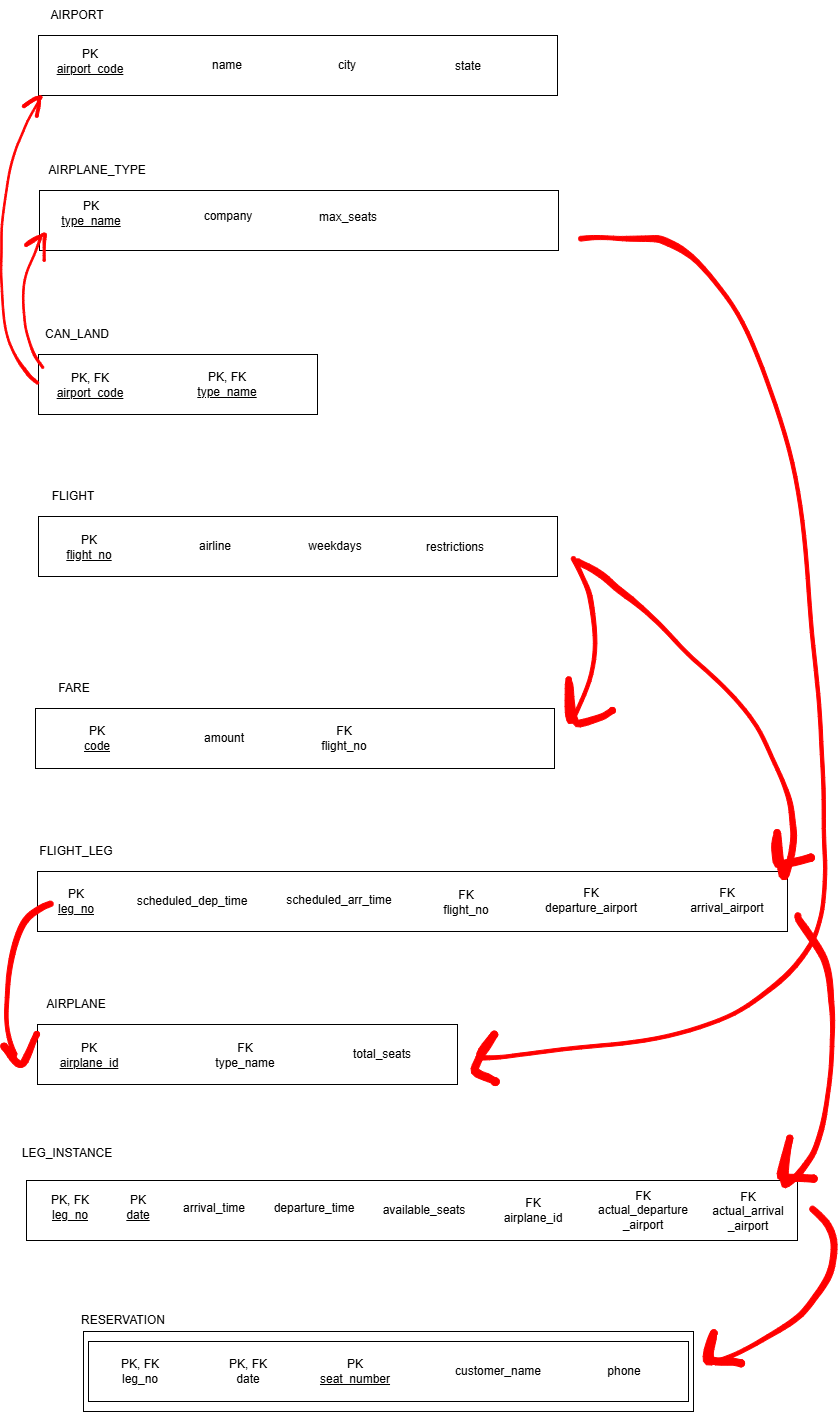
Before: DatabaseTasks/Airline Information System DB Mappping.drawio.png, a diagram exported from draw.io (zuwaina-alrashdi/SparkToCodeProjects). Source tidied: cells renumbered, new cells last; positions are measured from the earlier drawing's top-left corner, leaving out a move shared by most shapes.
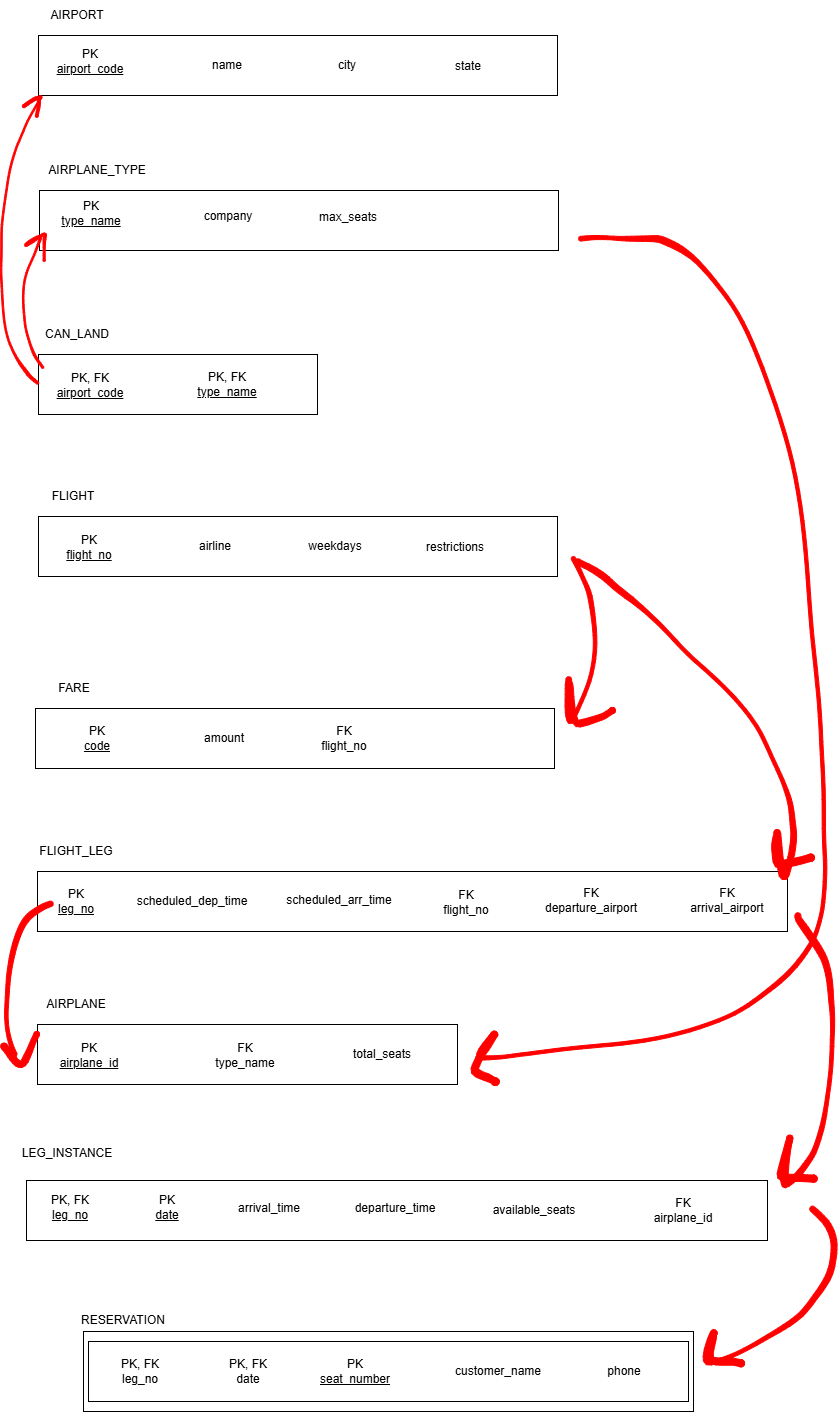
The same diagram one commit later.

Change to the diagram source:
```diff
@@ -135,19 +135,19 @@
       <mxGeometry x="93" y="1305" width="60" height="30" as="geometry" />
     </mxCell>
     <mxCell id="46" style="rounded=0;whiteSpace=wrap;html=1;" parent="1" vertex="1">
-      <mxGeometry x="26" y="1180" width="771" height="60" as="geometry" />
+      <mxGeometry x="26" y="1180" width="741" height="60" as="geometry" />
     </mxCell>
     <mxCell id="47" value="&lt;div&gt;PK, FK&lt;/div&gt;&lt;u&gt;leg_no&lt;/u&gt;" style="text;html=1;whiteSpace=wrap;strokeColor=none;fillColor=none;align=center;verticalAlign=middle;rounded=0;" parent="1" vertex="1">
       <mxGeometry x="39.5" y="1192" width="60" height="30" as="geometry" />
     </mxCell>
     <mxCell id="48" value="&lt;div&gt;PK&lt;/div&gt;&lt;u&gt;date&lt;/u&gt;" style="text;html=1;whiteSpace=wrap;strokeColor=none;fillColor=none;align=center;verticalAlign=middle;rounded=0;" parent="1" vertex="1">
-      <mxGeometry x="107.5" y="1192" width="60" height="30" as="geometry" />
+      <mxGeometry x="136.5" y="1192" width="60" height="30" as="geometry" />
     </mxCell>
     <mxCell id="49" value="arrival_time" style="text;html=1;whiteSpace=wrap;strokeColor=none;fillColor=none;align=center;verticalAlign=middle;rounded=0;" parent="1" vertex="1">
-      <mxGeometry x="183.5" y="1193" width="60" height="30" as="geometry" />
+      <mxGeometry x="238.5" y="1193" width="60" height="30" as="geometry" />
     </mxCell>
     <mxCell id="50" value="departure_time" style="text;html=1;whiteSpace=wrap;strokeColor=none;fillColor=none;align=center;verticalAlign=middle;rounded=0;" parent="1" vertex="1">
-      <mxGeometry x="283.5" y="1193" width="60" height="30" as="geometry" />
+      <mxGeometry x="364.5" y="1193" width="60" height="30" as="geometry" />
     </mxCell>
     <mxCell id="51" value="LEG_INSTANCE" style="text;html=1;whiteSpace=wrap;strokeColor=none;fillColor=none;align=center;verticalAlign=middle;rounded=0;" parent="1" vertex="1">
       <mxGeometry x="36.5" y="1138" width="60" height="30" as="geometry" />
@@ -159,10 +159,10 @@
       <mxGeometry x="697" y="885" width="60" height="30" as="geometry" />
     </mxCell>
     <mxCell id="54" value="available_seats" style="text;html=1;whiteSpace=wrap;strokeColor=none;fillColor=none;align=center;verticalAlign=middle;rounded=0;" parent="1" vertex="1">
-      <mxGeometry x="394" y="1195" width="60" height="30" as="geometry" />
+      <mxGeometry x="504" y="1195" width="60" height="30" as="geometry" />
     </mxCell>
     <mxCell id="55" value="&lt;div&gt;FK&lt;/div&gt;airplane_id " style="text;html=1;whiteSpace=wrap;strokeColor=none;fillColor=none;align=center;verticalAlign=middle;rounded=0;" parent="1" vertex="1">
-      <mxGeometry x="503" y="1195" width="60" height="30" as="geometry" />
+      <mxGeometry x="653" y="1195" width="60" height="30" as="geometry" />
     </mxCell>
     <mxCell id="56" value="phone" style="text;html=1;whiteSpace=wrap;strokeColor=none;fillColor=none;align=center;verticalAlign=middle;rounded=0;" parent="1" vertex="1">
       <mxGeometry x="594" y="1356" width="60" height="30" as="geometry" />
@@ -191,11 +191,5 @@
     <mxCell id="64" style="shape=(stored shape, 2316 characters);lineShape=1;strokeColor=#FF0000;" parent="1" vertex="1">
       <mxGeometry x="776.7" y="912.3" width="57.5" height="275" as="geometry" />
     </mxCell>
-    <mxCell id="65" value="&lt;div&gt;FK&lt;/div&gt;actual_departure&lt;div&gt;_airport&lt;/div&gt;" style="text;html=1;whiteSpace=wrap;strokeColor=none;fillColor=none;align=center;verticalAlign=middle;rounded=0;" parent="1" vertex="1">
-      <mxGeometry x="612.6" y="1195" width="60" height="30" as="geometry" />
-    </mxCell>
-    <mxCell id="66" value="&lt;div&gt;FK&lt;/div&gt;actual_arrival&lt;div&gt;_airport&lt;/div&gt;" style="text;html=1;whiteSpace=wrap;strokeColor=none;fillColor=none;align=center;verticalAlign=middle;rounded=0;" parent="1" vertex="1">
-      <mxGeometry x="718" y="1196" width="60" height="30" as="geometry" />
-    </mxCell>
   </root>
 </mxGraphModel>
```
